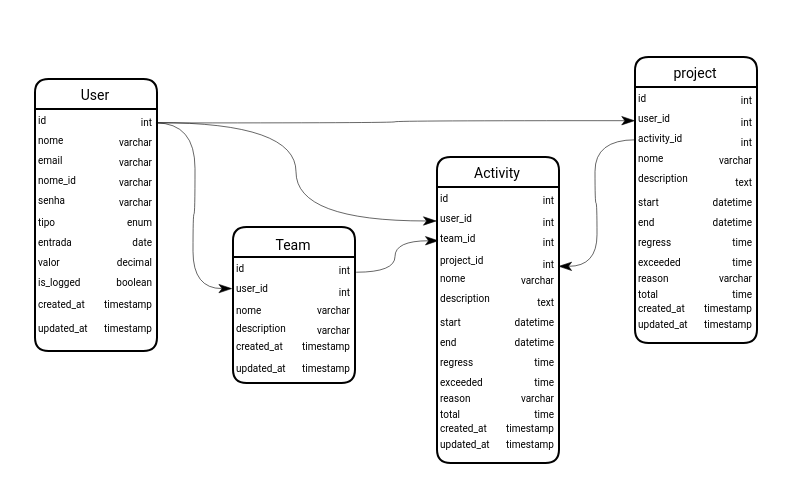
Earlier version of the draw.io diagram Banco Kairos.drawio (Avflux/drawio). Source tidied: cells renumbered, new cells numbered last; positions are measured from the earlier drawing's top-left corner, leaving out a move shared by most shapes. Both pictures are drawn from the tidied source at 200%, with x=0, y=0 at pixel (34, 56).
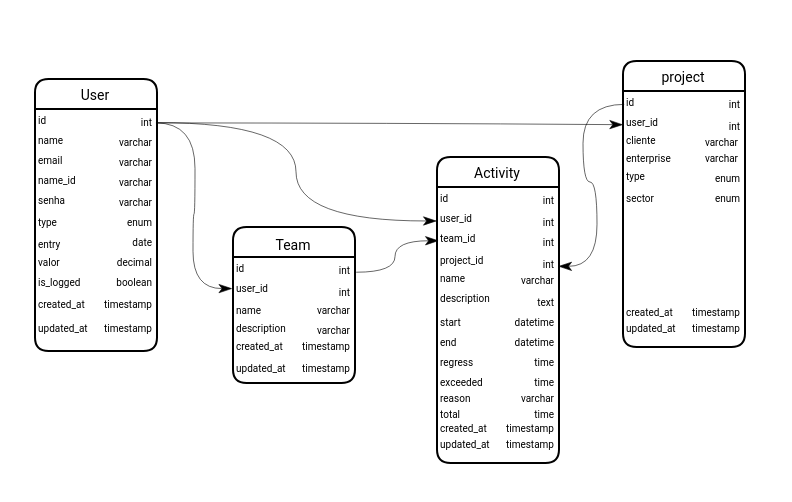
The same diagram, later.

Unchanged cells that the change refers to:
```xml
<mxCell id="2" value="&lt;p&gt;&lt;font style=&quot;font-size: 7px;&quot; face=&quot;Roboto&quot;&gt;&lt;span style=&quot;font-weight: 400;&quot;&gt;User&lt;/span&gt;&lt;/font&gt;&lt;/p&gt;" style="swimlane;whiteSpace=wrap;html=1;hachureGap=4;fontFamily=Architects Daughter;fillColor=default;strokeColor=default;startSize=15;strokeWidth=1;swimlaneLine=1;glass=0;rounded=1;shadow=0;align=center;" parent="1" vertex="1">
  <mxGeometry y="11" width="61" height="136" as="geometry" />
</mxCell>
<mxCell id="25" value="&lt;p&gt;&lt;font face=&quot;Roboto&quot;&gt;&lt;span style=&quot;font-size: 7px; font-weight: 400;&quot;&gt;Team&lt;/span&gt;&lt;/font&gt;&lt;/p&gt;" style="swimlane;whiteSpace=wrap;html=1;hachureGap=4;fontFamily=Architects Daughter;fillColor=default;strokeColor=default;startSize=15;strokeWidth=1;swimlaneLine=1;glass=0;rounded=1;shadow=0;align=center;" parent="1" vertex="1">
  <mxGeometry x="99" y="85" width="61" height="78" as="geometry" />
</mxCell>
<mxCell id="38" value="&lt;p&gt;&lt;font style=&quot;font-size: 7px;&quot; face=&quot;Roboto&quot;&gt;&lt;span style=&quot;font-weight: 400;&quot;&gt;Activity&lt;/span&gt;&lt;/font&gt;&lt;/p&gt;" style="swimlane;whiteSpace=wrap;html=1;hachureGap=4;fontFamily=Architects Daughter;fillColor=default;strokeColor=default;startSize=15;strokeWidth=1;swimlaneLine=1;glass=0;rounded=1;shadow=0;align=center;" parent="1" vertex="1">
  <mxGeometry x="201" y="50" width="61" height="153" as="geometry" />
</mxCell>
<mxCell id="66" value="&lt;font face=&quot;Roboto&quot;&gt;&lt;span style=&quot;font-size: 5px;&quot;&gt;int&lt;/span&gt;&lt;/font&gt;" style="text;html=1;align=right;verticalAlign=middle;points=[];strokeColor=none;fillColor=none;fontFamily=Architects Daughter;" parent="38" vertex="1">
  <mxGeometry x="36" y="38" width="24" height="27" as="geometry" />
</mxCell>
<mxCell id="71" value="&lt;font face=&quot;Roboto&quot; style=&quot;font-size: 5px;&quot;&gt;id&lt;/font&gt;" style="text;html=1;align=left;verticalAlign=middle;points=[];strokeColor=none;fillColor=none;fontFamily=Architects Daughter;" parent="70" vertex="1">
  <mxGeometry y="5" width="20" height="30" as="geometry" />
</mxCell>
```

Diff of the diagram source:
```diff
@@
-    <mxCell id="4" value="&lt;font face=&quot;Roboto&quot; style=&quot;font-size: 5px;&quot;&gt;nome&lt;/font&gt;" style="text;html=1;align=left;verticalAlign=middle;strokeColor=none;fillColor=none;fontFamily=Architects Daughter;" parent="2" vertex="1">
+    <mxCell id="4" value="&lt;font face=&quot;Roboto&quot; style=&quot;font-size: 5px;&quot;&gt;name&lt;/font&gt;" style="text;html=1;align=left;verticalAlign=middle;strokeColor=none;fillColor=none;fontFamily=Architects Daughter;" parent="2" vertex="1">
       <mxGeometry y="15" width="30" height="30" as="geometry" />
     </mxCell>
@@
-    <mxCell id="8" value="&lt;font face=&quot;Roboto&quot; style=&quot;font-size: 5px;&quot;&gt;nome_id&lt;/font&gt;" style="text;html=1;align=left;verticalAlign=middle;strokeColor=none;fillColor=none;fontFamily=Architects Daughter;" parent="2" vertex="1">
+    <mxCell id="8" value="&lt;font face=&quot;Roboto&quot; style=&quot;font-size: 5px;&quot;&gt;name_id&lt;/font&gt;" style="text;html=1;align=left;verticalAlign=middle;strokeColor=none;fillColor=none;fontFamily=Architects Daughter;" parent="2" vertex="1">
       <mxGeometry y="35" width="40" height="30" as="geometry" />
     </mxCell>
@@
-    <mxCell id="12" value="&lt;font face=&quot;Roboto&quot;&gt;&lt;span style=&quot;font-size: 5px;&quot;&gt;tipo&lt;/span&gt;&lt;/font&gt;" style="text;html=1;align=left;verticalAlign=middle;strokeColor=none;fillColor=none;fontFamily=Architects Daughter;" parent="2" vertex="1">
+    <mxCell id="12" value="&lt;font face=&quot;Roboto&quot;&gt;&lt;span style=&quot;font-size: 5px;&quot;&gt;type&lt;/span&gt;&lt;/font&gt;" style="text;html=1;align=left;verticalAlign=middle;strokeColor=none;fillColor=none;fontFamily=Architects Daughter;" parent="2" vertex="1">
       <mxGeometry y="55" width="30" height="30" as="geometry" />
     </mxCell>
@@
-    <mxCell id="14" value="&lt;font face=&quot;Roboto&quot;&gt;&lt;span style=&quot;font-size: 5px;&quot;&gt;entrada&lt;/span&gt;&lt;/font&gt;" style="text;html=1;align=left;verticalAlign=middle;strokeColor=none;fillColor=none;fontFamily=Architects Daughter;" parent="2" vertex="1">
-      <mxGeometry y="65" width="40" height="30" as="geometry" />
+    <mxCell id="14" value="&lt;font face=&quot;Roboto&quot;&gt;&lt;span style=&quot;font-size: 5px;&quot;&gt;entry&lt;/span&gt;&lt;/font&gt;" style="text;html=1;align=left;verticalAlign=middle;strokeColor=none;fillColor=none;fontFamily=Architects Daughter;" parent="2" vertex="1">
+      <mxGeometry y="67" width="29" height="27" as="geometry" />
     </mxCell>
@@
-    <mxCell id="29" value="&lt;font face=&quot;Roboto&quot;&gt;&lt;span style=&quot;font-size: 5px;&quot;&gt;nome&lt;/span&gt;&lt;/font&gt;" style="text;html=1;align=left;verticalAlign=middle;points=[];strokeColor=none;fillColor=none;fontFamily=Architects Daughter;" parent="25" vertex="1">
+    <mxCell id="29" value="&lt;font face=&quot;Roboto&quot;&gt;&lt;span style=&quot;font-size: 5px;&quot;&gt;name&lt;/span&gt;&lt;/font&gt;" style="text;html=1;align=left;verticalAlign=middle;points=[];strokeColor=none;fillColor=none;fontFamily=Architects Daughter;" parent="25" vertex="1">
       <mxGeometry y="26" width="31" height="27" as="geometry" />
     </mxCell>
@@
-    <mxCell id="44" value="&lt;font face=&quot;Roboto&quot; style=&quot;font-size: 5px;&quot;&gt;nome&lt;/font&gt;" style="text;html=1;align=left;verticalAlign=middle;strokeColor=none;fillColor=none;fontFamily=Architects Daughter;" parent="38" vertex="1">
+    <mxCell id="44" value="&lt;font face=&quot;Roboto&quot; style=&quot;font-size: 5px;&quot;&gt;name&lt;/font&gt;" style="text;html=1;align=left;verticalAlign=middle;strokeColor=none;fillColor=none;fontFamily=Architects Daughter;" parent="38" vertex="1">
       <mxGeometry y="47" width="31" height="26" as="geometry" />
     </mxCell>
@@
     <mxCell id="70" value="&lt;p&gt;&lt;font style=&quot;font-size: 7px;&quot; face=&quot;Roboto&quot;&gt;&lt;span style=&quot;font-weight: 400;&quot;&gt;project&lt;/span&gt;&lt;/font&gt;&lt;/p&gt;" style="swimlane;whiteSpace=wrap;html=1;hachureGap=4;fontFamily=Architects Daughter;fillColor=default;strokeColor=default;startSize=15;strokeWidth=1;swimlaneLine=1;glass=0;rounded=1;shadow=0;align=center;" parent="1" vertex="1">
-      <mxGeometry x="300" width="61" height="143" as="geometry" />
+      <mxGeometry x="294" y="2" width="61" height="143" as="geometry" />
     </mxCell>
@@
-    <mxCell id="74" value="&lt;font face=&quot;Roboto&quot; style=&quot;font-size: 5px;&quot;&gt;activity_id&lt;/font&gt;" style="text;html=1;align=left;verticalAlign=middle;points=[];strokeColor=none;fillColor=none;fontFamily=Architects Daughter;" parent="70" vertex="1">
-      <mxGeometry y="27" width="40" height="26" as="geometry" />
-    </mxCell>
-    <mxCell id="75" value="&lt;font face=&quot;Roboto&quot;&gt;&lt;span style=&quot;font-size: 5px;&quot;&gt;int&lt;/span&gt;&lt;/font&gt;" style="text;html=1;align=right;verticalAlign=middle;strokeColor=none;fillColor=none;fontFamily=Architects Daughter;" parent="70" vertex="1">
-      <mxGeometry x="36" y="27" width="24" height="27" as="geometry" />
-    </mxCell>
-    <mxCell id="76" value="&lt;font face=&quot;Roboto&quot; style=&quot;font-size: 5px;&quot;&gt;nome&lt;/font&gt;" style="text;html=1;align=left;verticalAlign=middle;strokeColor=none;fillColor=none;fontFamily=Architects Daughter;" parent="70" vertex="1">
-      <mxGeometry y="37" width="31" height="26" as="geometry" />
+    <mxCell id="76" value="&lt;font face=&quot;Roboto&quot;&gt;&lt;span style=&quot;font-size: 5px;&quot;&gt;enterprise&lt;/span&gt;&lt;/font&gt;" style="text;html=1;align=left;verticalAlign=middle;strokeColor=none;fillColor=none;fontFamily=Architects Daughter;" parent="70" vertex="1">
+      <mxGeometry y="33" width="40" height="27" as="geometry" />
     </mxCell>
-    <mxCell id="77" value="&lt;font face=&quot;Roboto&quot;&gt;&lt;span style=&quot;font-size: 5px;&quot;&gt;varchar&lt;/span&gt;&lt;/font&gt;" style="text;html=1;align=right;verticalAlign=middle;strokeColor=none;fillColor=none;fontFamily=Architects Daughter;" parent="70" vertex="1">
-      <mxGeometry x="20" y="35" width="40" height="30" as="geometry" />
-    </mxCell>
-    <mxCell id="78" value="&lt;font face=&quot;Roboto&quot; style=&quot;font-size: 5px;&quot;&gt;description&lt;/font&gt;" style="text;html=1;align=left;verticalAlign=middle;strokeColor=none;fillColor=none;fontFamily=Architects Daughter;" parent="70" vertex="1">
-      <mxGeometry y="47" width="43" height="26" as="geometry" />
-    </mxCell>
-    <mxCell id="79" value="&lt;font face=&quot;Roboto&quot;&gt;&lt;span style=&quot;font-size: 5px;&quot;&gt;text&lt;/span&gt;&lt;/font&gt;" style="text;html=1;align=right;verticalAlign=middle;strokeColor=none;fillColor=none;fontFamily=Architects Daughter;" parent="70" vertex="1">
-      <mxGeometry x="34" y="47" width="26" height="27" as="geometry" />
+    <mxCell id="79" value="&lt;font face=&quot;Roboto&quot;&gt;&lt;span style=&quot;font-size: 5px;&quot;&gt;enum&lt;/span&gt;&lt;/font&gt;" style="text;html=1;align=right;verticalAlign=middle;strokeColor=none;fillColor=none;fontFamily=Architects Daughter;" parent="70" vertex="1">
+      <mxGeometry x="29" y="43" width="31" height="27" as="geometry" />
     </mxCell>
-    <mxCell id="80" value="&lt;font face=&quot;Roboto&quot;&gt;&lt;span style=&quot;font-size: 5px;&quot;&gt;start&lt;/span&gt;&lt;/font&gt;" style="text;html=1;align=left;verticalAlign=middle;strokeColor=none;fillColor=none;fontFamily=Architects Daughter;" parent="70" vertex="1">
-      <mxGeometry y="57" width="28" height="27" as="geometry" />
-    </mxCell>
-    <mxCell id="81" value="&lt;font face=&quot;Roboto&quot;&gt;&lt;span style=&quot;font-size: 5px;&quot;&gt;datetime&lt;/span&gt;&lt;/font&gt;" style="text;html=1;align=right;verticalAlign=middle;strokeColor=none;fillColor=none;fontFamily=Architects Daughter;" parent="70" vertex="1">
-      <mxGeometry x="22" y="57" width="38" height="27" as="geometry" />
-    </mxCell>
-    <mxCell id="82" value="&lt;font face=&quot;Roboto&quot;&gt;&lt;span style=&quot;font-size: 5px;&quot;&gt;end&lt;/span&gt;&lt;/font&gt;" style="text;html=1;align=left;verticalAlign=middle;strokeColor=none;fillColor=none;fontFamily=Architects Daughter;" parent="70" vertex="1">
-      <mxGeometry y="67" width="26" height="27" as="geometry" />
-    </mxCell>
-    <mxCell id="83" value="&lt;font face=&quot;Roboto&quot;&gt;&lt;span style=&quot;font-size: 5px;&quot;&gt;datetime&lt;/span&gt;&lt;/font&gt;" style="text;html=1;align=right;verticalAlign=middle;strokeColor=none;fillColor=none;fontFamily=Architects Daughter;" parent="70" vertex="1">
-      <mxGeometry x="22" y="67" width="38" height="27" as="geometry" />
-    </mxCell>
-    <mxCell id="84" value="&lt;font face=&quot;Roboto&quot;&gt;&lt;span style=&quot;font-size: 5px;&quot;&gt;regress&lt;/span&gt;&lt;/font&gt;" style="text;html=1;align=left;verticalAlign=middle;strokeColor=none;fillColor=none;fontFamily=Architects Daughter;" parent="70" vertex="1">
-      <mxGeometry y="77" width="35" height="27" as="geometry" />
-    </mxCell>
-    <mxCell id="85" value="&lt;font face=&quot;Roboto&quot;&gt;&lt;span style=&quot;font-size: 5px;&quot;&gt;time&lt;/span&gt;&lt;/font&gt;" style="text;html=1;align=right;verticalAlign=middle;strokeColor=none;fillColor=none;fontFamily=Architects Daughter;" parent="70" vertex="1">
-      <mxGeometry x="32" y="77" width="28" height="27" as="geometry" />
-    </mxCell>
-    <mxCell id="86" value="&lt;font face=&quot;Roboto&quot;&gt;&lt;span style=&quot;font-size: 5px;&quot;&gt;exceeded&lt;/span&gt;&lt;/font&gt;" style="text;html=1;align=left;verticalAlign=middle;strokeColor=none;fillColor=none;fontFamily=Architects Daughter;" parent="70" vertex="1">
-      <mxGeometry y="87" width="39" height="27" as="geometry" />
-    </mxCell>
-    <mxCell id="87" value="&lt;font face=&quot;Roboto&quot;&gt;&lt;span style=&quot;font-size: 5px;&quot;&gt;time&lt;/span&gt;&lt;/font&gt;" style="text;html=1;align=right;verticalAlign=middle;strokeColor=none;fillColor=none;fontFamily=Architects Daughter;" parent="70" vertex="1">
-      <mxGeometry x="32" y="87" width="28" height="27" as="geometry" />
-    </mxCell>
@@
-    <mxCell id="93" value="&lt;font face=&quot;Roboto&quot;&gt;&lt;span style=&quot;font-size: 5px;&quot;&gt;total&lt;/span&gt;&lt;/font&gt;" style="text;html=1;align=left;verticalAlign=middle;strokeColor=none;fillColor=none;fontFamily=Architects Daughter;" parent="70" vertex="1">
-      <mxGeometry y="103" width="28" height="27" as="geometry" />
+    <mxCell id="93" value="&lt;font face=&quot;Roboto&quot;&gt;&lt;span style=&quot;font-size: 5px;&quot;&gt;sector&lt;/span&gt;&lt;/font&gt;" style="text;html=1;align=left;verticalAlign=middle;strokeColor=none;fillColor=none;fontFamily=Architects Daughter;" parent="70" vertex="1">
+      <mxGeometry y="53" width="32" height="27" as="geometry" />
     </mxCell>
-    <mxCell id="94" value="&lt;font face=&quot;Roboto&quot;&gt;&lt;span style=&quot;font-size: 5px;&quot;&gt;time&lt;/span&gt;&lt;/font&gt;" style="text;html=1;align=right;verticalAlign=middle;strokeColor=none;fillColor=none;fontFamily=Architects Daughter;" parent="70" vertex="1">
-      <mxGeometry x="32" y="103" width="28" height="27" as="geometry" />
+    <mxCell id="94" value="&lt;font face=&quot;Roboto&quot;&gt;&lt;span style=&quot;font-size: 5px;&quot;&gt;enum&lt;/span&gt;&lt;/font&gt;" style="text;html=1;align=right;verticalAlign=middle;strokeColor=none;fillColor=none;fontFamily=Architects Daughter;" parent="70" vertex="1">
+      <mxGeometry x="29" y="53" width="31" height="27" as="geometry" />
     </mxCell>
-    <mxCell id="95" value="&lt;font face=&quot;Roboto&quot;&gt;&lt;span style=&quot;font-size: 5px;&quot;&gt;reason&lt;/span&gt;&lt;/font&gt;" style="text;html=1;align=left;verticalAlign=middle;strokeColor=none;fillColor=none;fontFamily=Architects Daughter;" parent="70" vertex="1">
-      <mxGeometry y="95" width="33" height="27" as="geometry" />
-    </mxCell>
-    <mxCell id="96" value="&lt;font face=&quot;Roboto&quot;&gt;&lt;span style=&quot;font-size: 5px;&quot;&gt;varchar&lt;/span&gt;&lt;/font&gt;" style="text;html=1;align=right;verticalAlign=middle;strokeColor=none;fillColor=none;fontFamily=Architects Daughter;" parent="70" vertex="1">
-      <mxGeometry x="25" y="95" width="35" height="27" as="geometry" />
-    </mxCell>
+    <mxCell id="99" value="&lt;font face=&quot;Roboto&quot;&gt;&lt;span style=&quot;font-size: 5px;&quot;&gt;varchar&lt;/span&gt;&lt;/font&gt;" style="text;html=1;align=right;verticalAlign=middle;strokeColor=none;fillColor=none;fontFamily=Architects Daughter;" parent="70" vertex="1">
+      <mxGeometry x="23.5" y="33" width="35" height="27" as="geometry" />
+    </mxCell>
+    <mxCell id="100" value="&lt;font face=&quot;Roboto&quot;&gt;&lt;span style=&quot;font-size: 5px;&quot;&gt;varchar&lt;/span&gt;&lt;/font&gt;" style="text;html=1;align=right;verticalAlign=middle;strokeColor=none;fillColor=none;fontFamily=Architects Daughter;" parent="70" vertex="1">
+      <mxGeometry x="23.5" y="25" width="35" height="27" as="geometry" />
+    </mxCell>
+    <mxCell id="101" value="&lt;font face=&quot;Roboto&quot; style=&quot;font-size: 5px;&quot;&gt;cliente&lt;/font&gt;" style="text;html=1;align=left;verticalAlign=middle;strokeColor=none;fillColor=none;fontFamily=Architects Daughter;sketch=1;curveFitting=1;jiggle=2;" parent="70" vertex="1">
+      <mxGeometry y="26" width="33" height="26" as="geometry" />
+    </mxCell>
+    <mxCell id="78" value="&lt;font face=&quot;Roboto&quot; style=&quot;font-size: 5px;&quot;&gt;type&lt;/font&gt;" style="text;html=1;align=left;verticalAlign=middle;strokeColor=none;fillColor=none;fontFamily=Architects Daughter;" parent="70" vertex="1">
+      <mxGeometry y="44" width="27" height="26" as="geometry" />
+    </mxCell>
@@
-    <mxCell id="98" style="edgeStyle=orthogonalEdgeStyle;rounded=0;hachureGap=4;jettySize=auto;html=1;fontFamily=Architects Daughter;curved=1;endArrow=classicThin;endFill=1;strokeWidth=0.3;exitX=0.005;exitY=0.554;exitDx=0;exitDy=0;exitPerimeter=0;entryX=1.028;entryY=0.617;entryDx=0;entryDy=0;entryPerimeter=0;" parent="1" edge="1" source="74" target="66">
+    <mxCell id="98" style="edgeStyle=orthogonalEdgeStyle;rounded=0;hachureGap=4;jettySize=auto;html=1;fontFamily=Architects Daughter;curved=1;endArrow=classicThin;endFill=1;strokeWidth=0.3;exitX=0.031;exitY=0.556;exitDx=0;exitDy=0;exitPerimeter=0;entryX=1.028;entryY=0.617;entryDx=0;entryDy=0;entryPerimeter=0;" parent="1" edge="1" source="71" target="66">
       <mxGeometry relative="1" as="geometry" />
     </mxCell>
```
